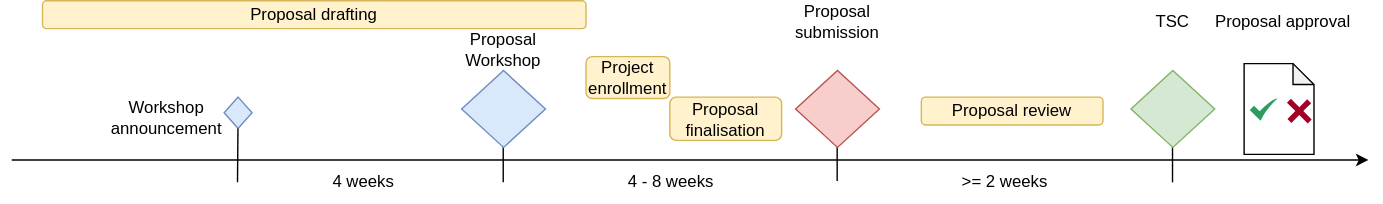
asam-ev/asam-project-guide-content keeps this draw.io diagram as content/modules/compendium/assets/images/asam/proposal_phase_timeline.drawio.svg. Above is the earlier version. Source tidied: cells renumbered, new cells last; positions are measured from the earlier drawing's top-left corner, leaving out a move shared by most shapes.
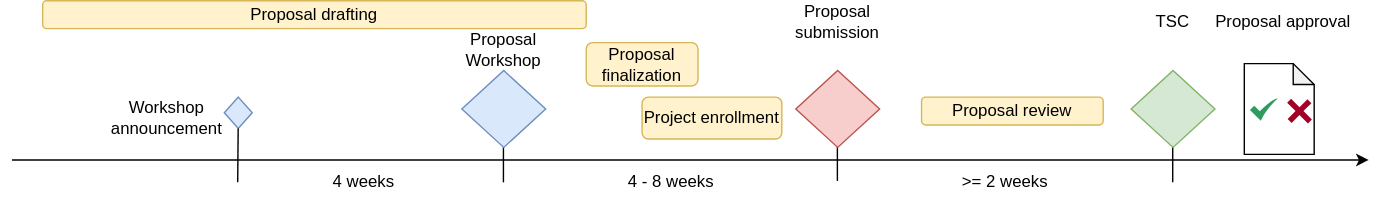
Later version of the same file.

What changed in the source:
```diff
@@ -11,8 +11,8 @@
         <mxPoint x="351.8" y="80" as="targetPoint" />
       </mxGeometry>
     </mxCell>
-    <mxCell id="4" value="Proposal finalisation" style="rounded=1;whiteSpace=wrap;html=1;fillColor=#fff2cc;strokeColor=#d6b656;fontColor=#000000;" parent="1" vertex="1">
-      <mxGeometry x="471" y="69" width="80" height="31" as="geometry" />
+    <mxCell id="4" value="Proposal finalization" style="rounded=1;whiteSpace=wrap;html=1;fillColor=#fff2cc;strokeColor=#d6b656;fontColor=#000000;" parent="1" vertex="1">
+      <mxGeometry x="411" y="30" width="80" height="31" as="geometry" />
     </mxCell>
     <mxCell id="5" value="4 - 8 weeks" style="text;html=1;strokeColor=none;fillColor=none;align=center;verticalAlign=middle;whiteSpace=wrap;rounded=0;fontColor=#000000;" parent="1" vertex="1">
       <mxGeometry x="422" y="115" width="100" height="30" as="geometry" />
@@ -33,7 +33,7 @@
       <mxGeometry x="781" width="100" height="30" as="geometry" />
     </mxCell>
     <mxCell id="10" value="Project enrollment" style="rounded=1;whiteSpace=wrap;html=1;fillColor=#fff2cc;strokeColor=#d6b656;fontColor=#000000;" parent="1" vertex="1">
-      <mxGeometry x="411" y="40" width="60" height="30" as="geometry" />
+      <mxGeometry x="451" y="69" width="100" height="30" as="geometry" />
     </mxCell>
     <mxCell id="11" value="Workshop&amp;nbsp;&lt;br&gt;announcement" style="text;html=1;strokeColor=none;fillColor=none;align=center;verticalAlign=middle;whiteSpace=wrap;rounded=0;fontColor=#000000;" parent="1" vertex="1">
       <mxGeometry x="61" y="69" width="100" height="30" as="geometry" />
```
